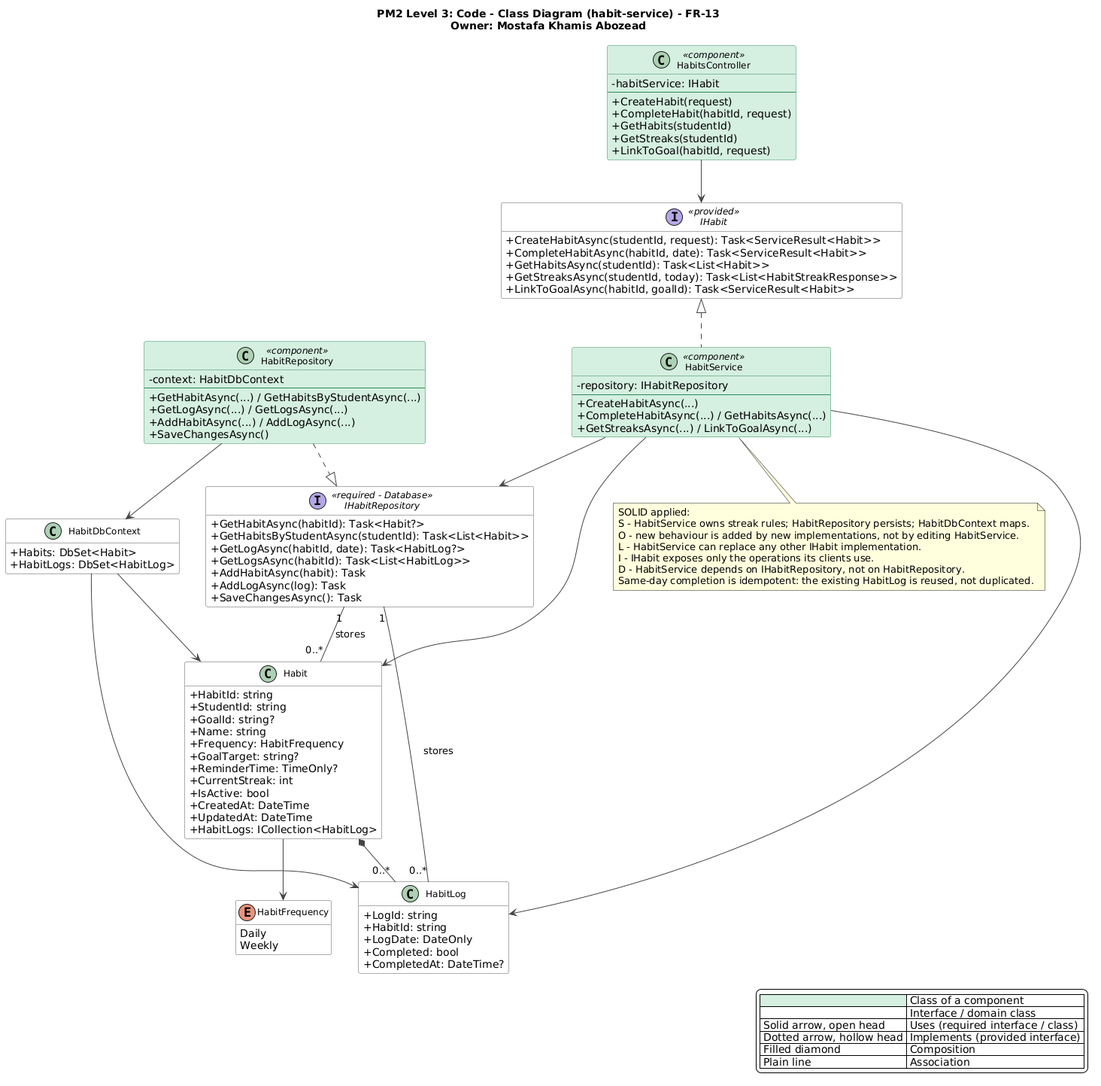
Above: docs/PM2/Part A — Design/Class Diagram/13-habit-service.png in AIU-SoftWave/Aspirra (PlantUML), before the change.
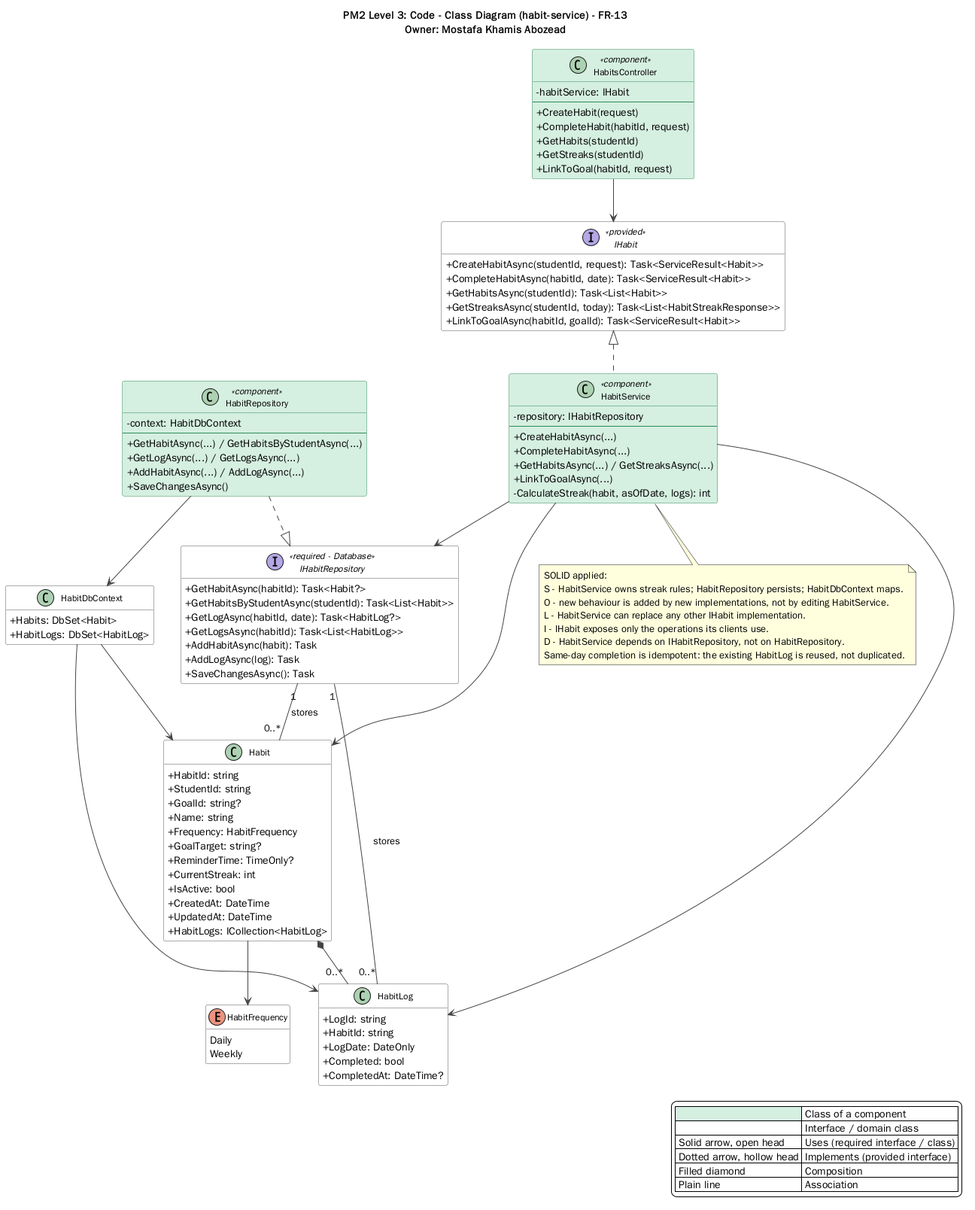
Above is the later version.

Change to the diagram source:
```diff
@@ -52,8 +52,10 @@
   -repository: IHabitRepository
   --
   +CreateHabitAsync(...)
-  +CompleteHabitAsync(...) / GetHabitsAsync(...)
-  +GetStreaksAsync(...) / LinkToGoalAsync(...)
+  +CompleteHabitAsync(...)
+  +GetHabitsAsync(...) / GetStreaksAsync(...)
+  +LinkToGoalAsync(...)
+  -CalculateStreak(habit, asOfDate, logs): int
 }
 
 interface IHabitRepository <<required - Database>> {
```
